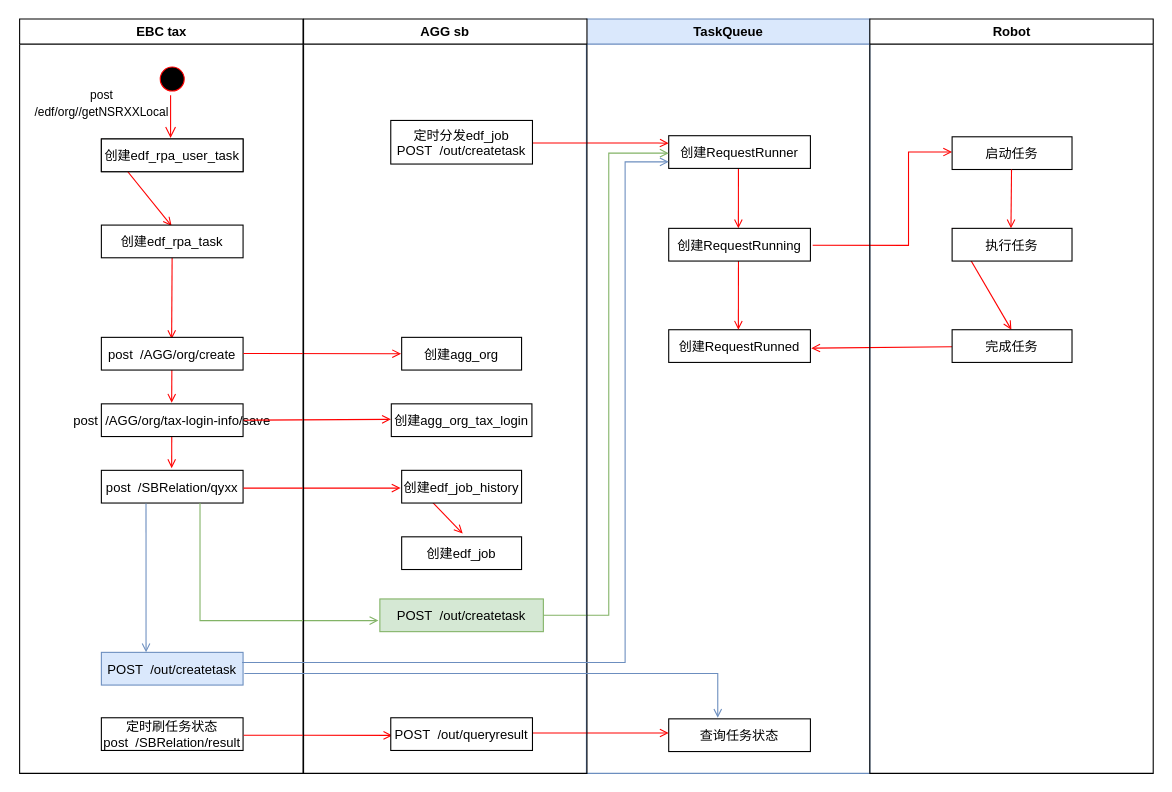
xingzhihe/hello-world keeps this draw.io diagram as 异步任务交互.drawio. Above is the earlier version. Source tidied: cells renumbered, new cells numbered last; positions are measured from the earlier drawing's top-left corner, leaving out a move shared by most shapes. Both pictures are drawn from the tidied source at 109%, with x=0, y=0 at pixel (20, 19).
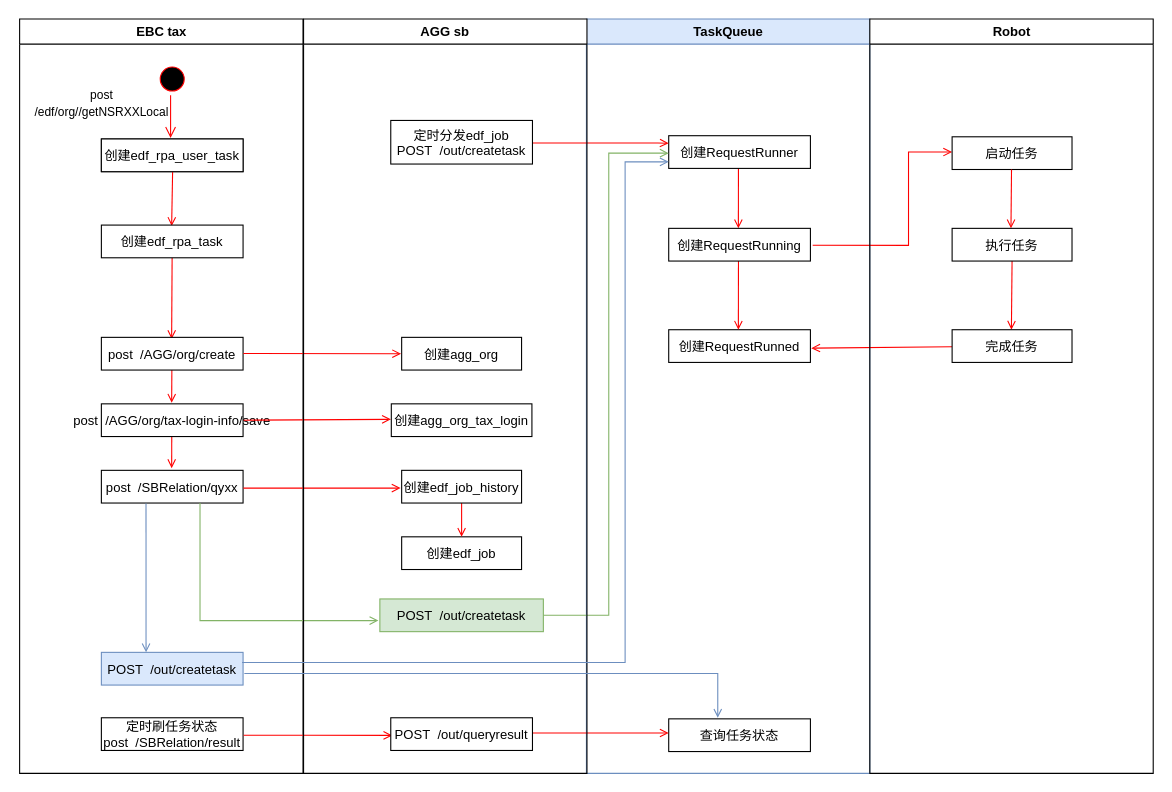
Above is the later version.

Commit message:
更新异步任务交互.drawio

Unchanged cells that the change refers to:
```xml
<mxCell id="9" value="EBC tax" style="swimlane;whiteSpace=wrap;" parent="1" vertex="1">
  <mxGeometry x="-0.5" width="260" height="692" as="geometry" />
</mxCell>
<mxCell id="16" value="创建edf_rpa_task" parent="9" vertex="1">
  <mxGeometry x="75" y="189" width="130" height="30" as="geometry" />
</mxCell>
<mxCell id="18" value="创建edf_rpa_user_task" parent="9" vertex="1">
  <mxGeometry x="75" y="110" width="130" height="30" as="geometry" />
</mxCell>
<mxCell id="34" value="Robot" style="swimlane;whiteSpace=wrap;" parent="1" vertex="1">
  <mxGeometry x="779.5" width="260" height="692" as="geometry" />
</mxCell>
<mxCell id="38" value="执行任务" parent="34" vertex="1">
  <mxGeometry x="75.5" y="192" width="110" height="30" as="geometry" />
</mxCell>
<mxCell id="42" value="AGG sb" style="swimlane;whiteSpace=wrap;" parent="1" vertex="1">
  <mxGeometry x="260" width="260" height="692" as="geometry" />
</mxCell>
<mxCell id="45" value="创建edf_job" parent="42" vertex="1">
  <mxGeometry x="90" y="475" width="110" height="30" as="geometry" />
</mxCell>
<mxCell id="48" value="创建edf_job_history" parent="42" vertex="1">
  <mxGeometry x="90" y="414" width="110" height="30" as="geometry" />
</mxCell>
```

What changed in the source:
```diff
@@
-    <mxCell id="13" style="endArrow=open;strokeColor=#FF0000;endFill=1;rounded=0;entryX=0.496;entryY=0.029;entryDx=0;entryDy=0;entryPerimeter=0;exitX=0;exitY=0;exitDx=0;exitDy=0;" parent="9" edge="1" source="18" target="16">
+    <mxCell id="13" style="endArrow=open;strokeColor=#FF0000;endFill=1;rounded=0;entryX=0.496;entryY=0.029;entryDx=0;entryDy=0;entryPerimeter=0;exitX=0.504;exitY=0.7;exitDx=0;exitDy=0;exitPerimeter=0;" parent="9" edge="1" source="18" target="16">
       <mxGeometry relative="1" as="geometry" />
     </mxCell>
@@
-    <mxCell id="37" style="endArrow=open;strokeColor=#FF0000;endFill=1;rounded=0;exitX=0;exitY=0;exitDx=0;exitDy=0;" parent="34" edge="1" source="38">
+    <mxCell id="37" style="endArrow=open;strokeColor=#FF0000;endFill=1;rounded=0;exitX=0.5;exitY=1;exitDx=0;exitDy=0;" parent="34" edge="1" source="38">
       <mxGeometry relative="1" as="geometry">
         <mxPoint x="129.9" y="285" as="targetPoint" />
       </mxGeometry>
     </mxCell>
@@
-    <mxCell id="47" style="endArrow=open;strokeColor=#FF0000;endFill=1;rounded=0;exitX=0;exitY=0;exitDx=0;exitDy=0;" parent="42" edge="1" source="48">
-      <mxGeometry relative="1" as="geometry">
-        <mxPoint x="146" y="472" as="targetPoint" />
-      </mxGeometry>
+    <mxCell id="47" style="endArrow=open;strokeColor=#FF0000;endFill=1;rounded=0;exitX=0.5;exitY=1;exitDx=0;exitDy=0;entryX=0.5;entryY=0;entryDx=0;entryDy=0;" parent="42" edge="1" source="48" target="45">
+      <mxGeometry relative="1" as="geometry" />
     </mxCell>
```
